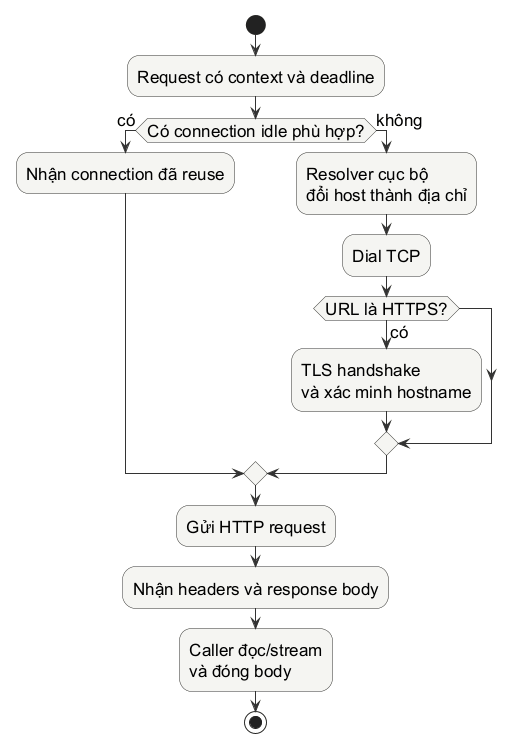
Above: assets/diagrams/http-client-request-path.png in Minhlike/Golang (PlantUML), before the change.
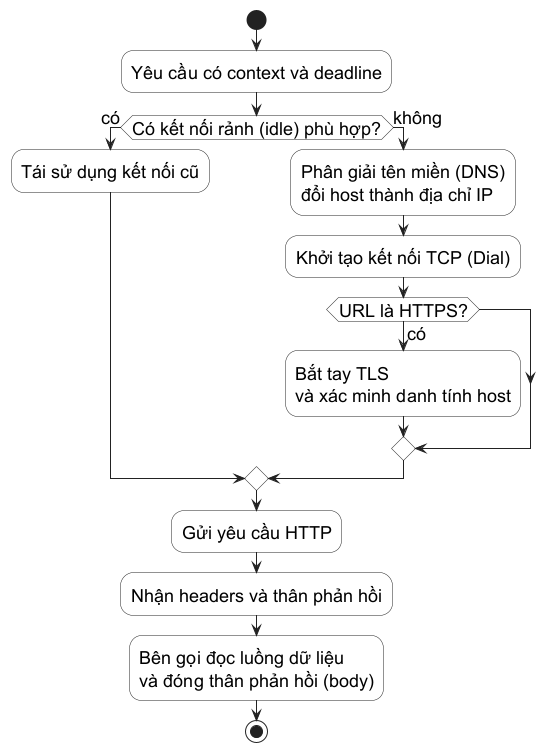
After the commit.

Diff of the diagram source:
```diff
@@ -1,28 +1,28 @@
 @startuml
 skinparam backgroundColor #FFFFFF
+skinparam defaultFontName "Source Sans 3"
+skinparam defaultFontSize 18
 skinparam shadowing false
-skinparam defaultFontName "Source Sans 3"
-skinparam defaultFontSize 17
 skinparam activity {
-  BackgroundColor #F5F5F2
-  BorderColor #333333
+  BackgroundColor #FFFFFF
+  BorderColor #222222
   FontColor #000000
 }
-skinparam arrowColor #333333
+skinparam ArrowColor #222222
 
 start
-:Request có context và deadline;
-if (Có connection idle phù hợp?) then (có)
-  :Nhận connection đã reuse;
+:Yêu cầu có context và deadline;
+if (Có kết nối rảnh (idle) phù hợp?) then (có)
+  :Tái sử dụng kết nối cũ;
 else (không)
-  :Resolver cục bộ\nđổi host thành địa chỉ;
-  :Dial TCP;
+  :Phân giải tên miền (DNS)\nđổi host thành địa chỉ IP;
+  :Khởi tạo kết nối TCP (Dial);
   if (URL là HTTPS?) then (có)
-    :TLS handshake\nvà xác minh hostname;
+    :Bắt tay TLS\nvà xác minh danh tính host;
   endif
 endif
-:Gửi HTTP request;
-:Nhận headers và response body;
-:Caller đọc/stream\nvà đóng body;
+:Gửi yêu cầu HTTP;
+:Nhận headers và thân phản hồi;
+:Bên gọi đọc luồng dữ liệu\nvà đóng thân phản hồi (body);
 stop
 @enduml
```
